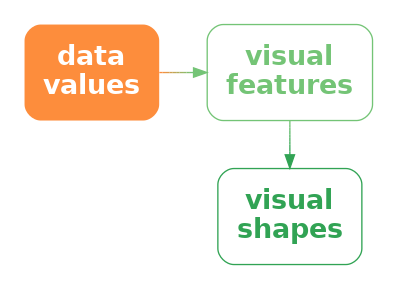
pmur002/hdvw keeps this Graphviz diagram as Diagrams/data-vis-shape.png. Above is the earlier version. Its source is kept beside it as Diagrams/data-vis-shape.dot.
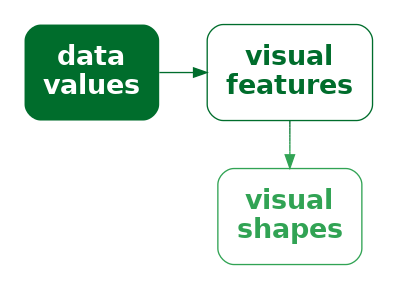
Above is the later version.

What changed in the source:
```diff
@@ -1,12 +1,12 @@
 digraph {
   graph [ rankdir=LR; margin=.2; nodesep=.5 ];
   node [ fontsize=20; fontname="sans bold"; margin=.2 ];
-  data [ label="data\nvalues"; shape=box; style="filled, rounded"; penwidth=0; fontcolor=white; fillcolor="#FD8D3C" ]
+  data [ label="data\nvalues"; shape=box; style="filled, rounded"; penwidth=0; fontcolor=white; fillcolor="#006D2C" ]
   vis [ label="visual\nfeatures"; shape=box;
-     style="rounded"; color="#74C476"; fontcolor="#74C476" ]
+     style="rounded"; color="#006D2C"; fontcolor="#006D2C" ]
   shape [ label="visual\nshapes"; shape=box;
        style="rounded"; color="#31A354"; fontcolor="#31A354" ]
-  data -> vis [ style="bold"; penwidth=1; color="#FD8D3C;0.1:#EE9342;0.1:#DF9949;0.1:#CF9F4F;0.1:#C0A556;0.1:#B1AC5C;0.1:#A2B263;0.1:#92B869;0.1:#83BE70;0.1:#74C476;0.1" ]
-  vis -> shape [ style="solid", color="#74C476;0.1:#6DC072;0.1:#65BD6E;0.1:#5EB96B;0.1:#56B567;0.1:#4FB263;0.1:#47AE5F;0.1:#40AA5C;0.1:#38A758;0.1:#31A354;0.1" ]
+  data -> vis [ style="bold"; penwidth=1; color="#006D2C" ]
+  vis -> shape [ style="solid", color="#006D2C;0.1:#057330;0.1:#0B7935;0.1:#107F39;0.1:#16853E;0.1:#1B8B42;0.1:#219147;0.1:#26974B;0.1:#2C9D50;0.1:#31A354;0.1" ]
 { rank=same; vis, shape }
 }
```
